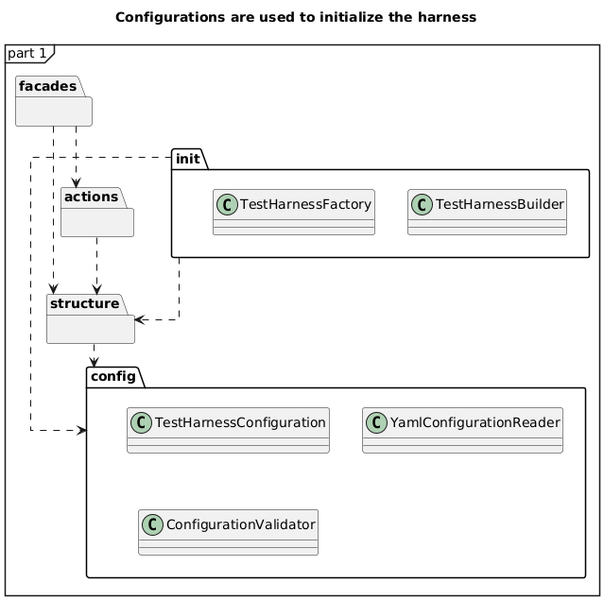
The PlantUML diagram src/ska_integration_test_harness/architecture-config.png in ska-telescope/ska-integration-test-harness, before a commit.
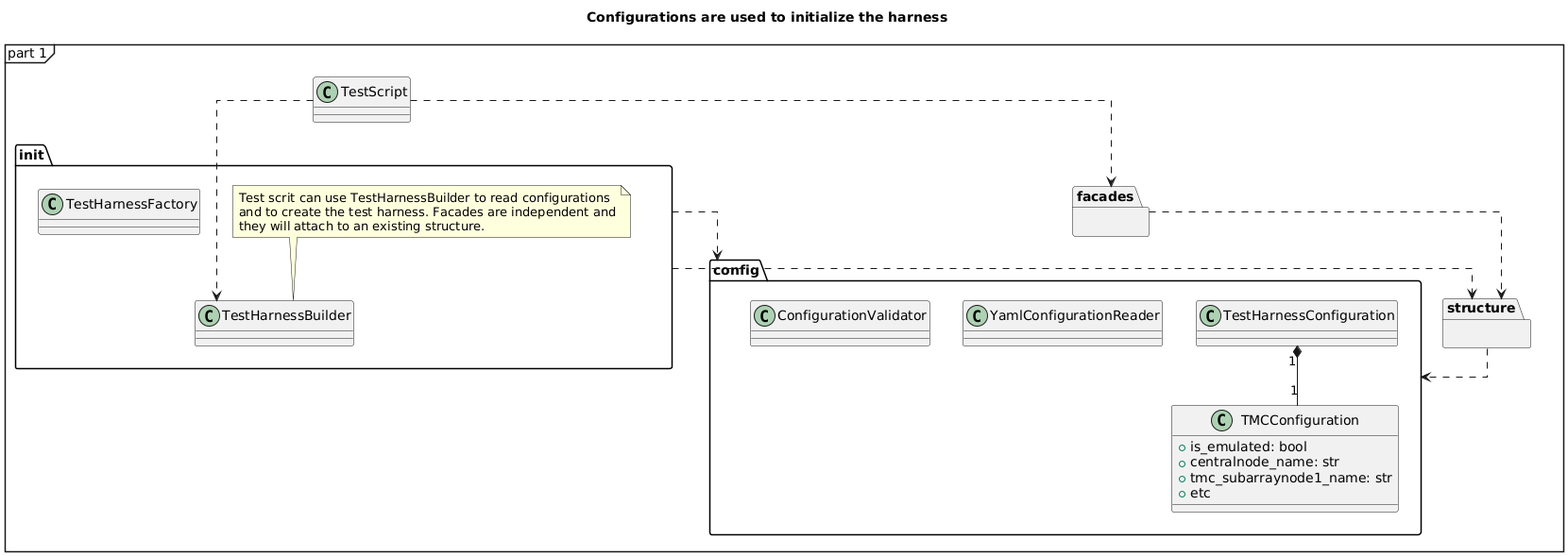
After the change.

Commit message:
OMCPT-77: update UML diagrams (2)

What changed in the source:
```diff
@@ -6,19 +6,38 @@
 
 title Configurations are used to initialize the harness
 
+class TestScript
+
 package "init" {
 
     class TestHarnessBuilder {
     }
+    note top
+    Test scrit can use TestHarnessBuilder to read configurations
+    and to create the test harness. Facades are independent and
+    they will attach to an existing structure.
+    end note
+
 
     class TestHarnessFactory {
     }
+
 }
 
 package "config" {
 
     class TestHarnessConfiguration {
     }
+
+    class TMCConfiguration {
+        + is_emulated: bool
+        + centralnode_name: str
+        + tmc_subarraynode1_name: str
+        + etc
+    }
+
+    TestHarnessConfiguration "1" *-- "1" TMCConfiguration
+
 
     class YamlConfigurationReader {}
 
@@ -34,15 +53,15 @@
 
 }
 
-package "actions" {
 
-}
 
-actions ..> structure
-facades ..> actions
+
+TestScript ..> TestHarnessBuilder
+TestScript ..> facades
+
 facades ..> structure
 
-structure ..> config
+structure .right.> config
 init ..> config
 init ..> structure
 
```
